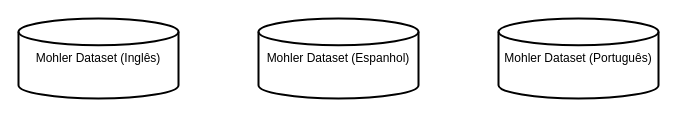
Earlier version of the draw.io diagram dataClassModels/tccFlux.drawio (luca-moraes/relatorioParcialTCC). Source tidied: cells renumbered, new cells numbered last; positions are measured from the earlier drawing's top-left corner, leaving out a move shared by most shapes. Both pictures are drawn from the tidied source at 100%, with x=0, y=0 at pixel (18, 18).
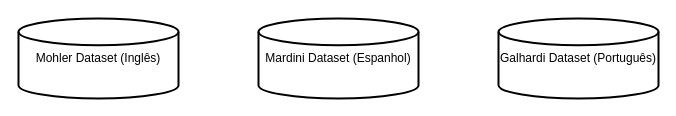
Above is the later version.

The edit, as a diff of the source:
```diff
@@
 <mxGraphModel>
   <root>
     <mxCell id="0" />
     <mxCell id="1" parent="0" />
     <mxCell id="2" value="Mohler Dataset (Inglês)" style="strokeWidth=2;html=1;shape=mxgraph.flowchart.database;whiteSpace=wrap;" parent="1" vertex="1">
       <mxGeometry width="160" height="80" as="geometry" />
     </mxCell>
-    <mxCell id="3" value="Mohler Dataset (Espanhol)" style="strokeWidth=2;html=1;shape=mxgraph.flowchart.database;whiteSpace=wrap;" parent="1" vertex="1">
+    <mxCell id="3" value="Mardini Dataset (Espanhol)" style="strokeWidth=2;html=1;shape=mxgraph.flowchart.database;whiteSpace=wrap;" parent="1" vertex="1">
       <mxGeometry x="240" width="160" height="80" as="geometry" />
     </mxCell>
-    <mxCell id="4" value="Mohler Dataset (Português)" style="strokeWidth=2;html=1;shape=mxgraph.flowchart.database;whiteSpace=wrap;" parent="1" vertex="1">
+    <mxCell id="4" value="Galhardi Dataset (Português)" style="strokeWidth=2;html=1;shape=mxgraph.flowchart.database;whiteSpace=wrap;" parent="1" vertex="1">
       <mxGeometry x="480" width="160" height="80" as="geometry" />
     </mxCell>
   </root>
 </mxGraphModel>
```
